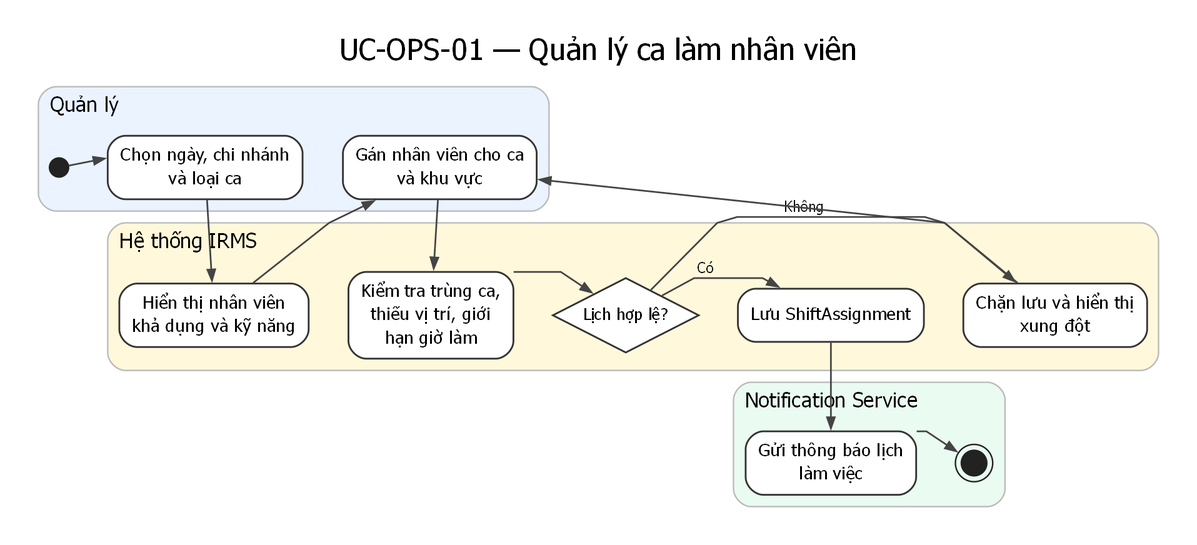
Earlier version of the Graphviz export assets/diagrams/rendered/activity/uc-ops-01-manage-staff-shifts.png (lehoangluan1/SA_IRMS). Its source is kept beside it as assets/diagrams/source/activity/uc-ops-01-manage-staff-shifts.dot. Source of this version:
```dot
digraph G {
  graph [rankdir=TB, newrank=true, splines=polyline, nodesep=0.38, ranksep=0.62, pad=0.25, dpi=170, bgcolor="white", fontname="DejaVu Sans"];
  node [fontname="DejaVu Sans"];
  edge [fontname="DejaVu Sans", fontsize=10, color="#444444", penwidth=1.15, arrowsize=0.75];
  labelloc="t"; labeljust="c"; fontsize=20; fontname="DejaVu Sans"; label="UC-OPS-01 — Quản lý ca làm nhân viên";
  subgraph cluster_l1 {
    style="rounded,filled";
    fillcolor="#EAF3FF"; color="#BBBBBB"; penwidth=1.0;
    label="Quản lý"; fontsize=14; labelloc="t"; labeljust="l";
    rank=same;
    n0 [shape=circle, label="", width=0.18, height=0.18, fixedsize=true, style=filled, fillcolor="#222222", color="#222222"];
    n1 [label="Chọn ngày, chi nhánh
và loại ca", shape=rect, style="rounded,filled", fillcolor="white", color="#333333", penwidth=1.2, fontsize=12, margin="0.12,0.08"];
    n3 [label="Gán nhân viên cho ca
và khu vực", shape=rect, style="rounded,filled", fillcolor="white", color="#333333", penwidth=1.2, fontsize=12, margin="0.12,0.08"];
    n0 -> n1 -> n3 [style=invis, weight=20];
  }
  subgraph cluster_l2 {
    style="rounded,filled";
    fillcolor="#FFF8DB"; color="#BBBBBB"; penwidth=1.0;
    label="Hệ thống IRMS"; fontsize=14; labelloc="t"; labeljust="l";
    rank=same;
    n2 [label="Hiển thị nhân viên
khả dụng và kỹ năng", shape=rect, style="rounded,filled", fillcolor="white", color="#333333", penwidth=1.2, fontsize=12, margin="0.12,0.08"];
    n4 [label="Kiểm tra trùng ca,
thiếu vị trí, giới
hạn giờ làm", shape=rect, style="rounded,filled", fillcolor="white", color="#333333", penwidth=1.2, fontsize=12, margin="0.12,0.08"];
    n5 [label="Lịch hợp lệ?", shape=diamond, style="filled", fillcolor="white", color="#333333", penwidth=1.2, fontsize=11, width=1.2, height=0.7, margin="0.05,0.03"];
    n6 [label="Lưu ShiftAssignment", shape=rect, style="rounded,filled", fillcolor="white", color="#333333", penwidth=1.2, fontsize=12, margin="0.12,0.08"];
    n8 [label="Chặn lưu và hiển thị
xung đột", shape=rect, style="rounded,filled", fillcolor="white", color="#333333", penwidth=1.2, fontsize=12, margin="0.12,0.08"];
    n2 -> n4 -> n5 -> n6 -> n8 [style=invis, weight=20];
  }
  subgraph cluster_l3 {
    style="rounded,filled";
    fillcolor="#EAFBF1"; color="#BBBBBB"; penwidth=1.0;
    label="Notification Service"; fontsize=14; labelloc="t"; labeljust="l";
    rank=same;
    n7 [label="Gửi thông báo lịch
làm việc", shape=rect, style="rounded,filled", fillcolor="white", color="#333333", penwidth=1.2, fontsize=12, margin="0.12,0.08"];
    n9 [shape=doublecircle, label="", width=0.24, height=0.24, fixedsize=true, style=filled, fillcolor="#222222", color="#222222"];
    n7 -> n9 [style=invis, weight=20];
  }
  n0 -> n1;
  n1 -> n2;
  n2 -> n3;
  n3 -> n4;
  n4 -> n5;
  n5 -> n6 [xlabel="Có"];
  n5 -> n8 [xlabel="Không"];
  n6 -> n7;
  n7 -> n9;
  n8 -> n3;
}
```
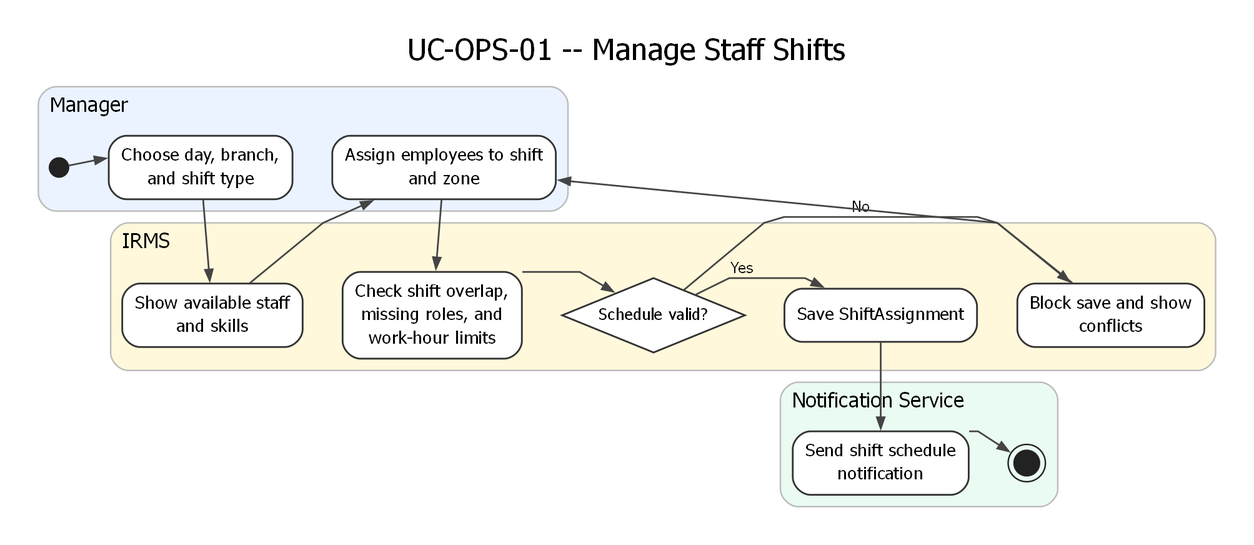
After the change.

Diff of the diagram source:
```diff
@@ -2,33 +2,27 @@
   graph [rankdir=TB, newrank=true, splines=polyline, nodesep=0.38, ranksep=0.62, pad=0.25, dpi=170, bgcolor="white", fontname="DejaVu Sans"];
   node [fontname="DejaVu Sans"];
   edge [fontname="DejaVu Sans", fontsize=10, color="#444444", penwidth=1.15, arrowsize=0.75];
-  labelloc="t"; labeljust="c"; fontsize=20; fontname="DejaVu Sans"; label="UC-OPS-01 — Quản lý ca làm nhân viên";
+  labelloc="t"; labeljust="c"; fontsize=20; fontname="DejaVu Sans"; label="UC-OPS-01 -- Manage Staff Shifts";
   subgraph cluster_l1 {
     style="rounded,filled";
     fillcolor="#EAF3FF"; color="#BBBBBB"; penwidth=1.0;
-    label="Quản lý"; fontsize=14; labelloc="t"; labeljust="l";
+    label="Manager"; fontsize=14; labelloc="t"; labeljust="l";
     rank=same;
     n0 [shape=circle, label="", width=0.18, height=0.18, fixedsize=true, style=filled, fillcolor="#222222", color="#222222"];
-    n1 [label="Chọn ngày, chi nhánh
-và loại ca", shape=rect, style="rounded,filled", fillcolor="white", color="#333333", penwidth=1.2, fontsize=12, margin="0.12,0.08"];
-    n3 [label="Gán nhân viên cho ca
-và khu vực", shape=rect, style="rounded,filled", fillcolor="white", color="#333333", penwidth=1.2, fontsize=12, margin="0.12,0.08"];
+    n1 [label="Choose day, branch,\nand shift type", shape=rect, style="rounded,filled", fillcolor="white", color="#333333", penwidth=1.2, fontsize=12, margin="0.12,0.08"];
+    n3 [label="Assign employees to shift\nand zone", shape=rect, style="rounded,filled", fillcolor="white", color="#333333", penwidth=1.2, fontsize=12, margin="0.12,0.08"];
     n0 -> n1 -> n3 [style=invis, weight=20];
   }
   subgraph cluster_l2 {
     style="rounded,filled";
     fillcolor="#FFF8DB"; color="#BBBBBB"; penwidth=1.0;
-    label="Hệ thống IRMS"; fontsize=14; labelloc="t"; labeljust="l";
+    label="IRMS"; fontsize=14; labelloc="t"; labeljust="l";
     rank=same;
-    n2 [label="Hiển thị nhân viên
-khả dụng và kỹ năng", shape=rect, style="rounded,filled", fillcolor="white", color="#333333", penwidth=1.2, fontsize=12, margin="0.12,0.08"];
-    n4 [label="Kiểm tra trùng ca,
-thiếu vị trí, giới
-hạn giờ làm", shape=rect, style="rounded,filled", fillcolor="white", color="#333333", penwidth=1.2, fontsize=12, margin="0.12,0.08"];
-    n5 [label="Lịch hợp lệ?", shape=diamond, style="filled", fillcolor="white", color="#333333", penwidth=1.2, fontsize=11, width=1.2, height=0.7, margin="0.05,0.03"];
-    n6 [label="Lưu ShiftAssignment", shape=rect, style="rounded,filled", fillcolor="white", color="#333333", penwidth=1.2, fontsize=12, margin="0.12,0.08"];
-    n8 [label="Chặn lưu và hiển thị
-xung đột", shape=rect, style="rounded,filled", fillcolor="white", color="#333333", penwidth=1.2, fontsize=12, margin="0.12,0.08"];
+    n2 [label="Show available staff\nand skills", shape=rect, style="rounded,filled", fillcolor="white", color="#333333", penwidth=1.2, fontsize=12, margin="0.12,0.08"];
+    n4 [label="Check shift overlap,\nmissing roles, and\nwork-hour limits", shape=rect, style="rounded,filled", fillcolor="white", color="#333333", penwidth=1.2, fontsize=12, margin="0.12,0.08"];
+    n5 [label="Schedule valid?", shape=diamond, style="filled", fillcolor="white", color="#333333", penwidth=1.2, fontsize=11, width=1.2, height=0.7, margin="0.05,0.03"];
+    n6 [label="Save ShiftAssignment", shape=rect, style="rounded,filled", fillcolor="white", color="#333333", penwidth=1.2, fontsize=12, margin="0.12,0.08"];
+    n8 [label="Block save and show\nconflicts", shape=rect, style="rounded,filled", fillcolor="white", color="#333333", penwidth=1.2, fontsize=12, margin="0.12,0.08"];
     n2 -> n4 -> n5 -> n6 -> n8 [style=invis, weight=20];
   }
   subgraph cluster_l3 {
@@ -36,8 +30,7 @@
     fillcolor="#EAFBF1"; color="#BBBBBB"; penwidth=1.0;
     label="Notification Service"; fontsize=14; labelloc="t"; labeljust="l";
     rank=same;
-    n7 [label="Gửi thông báo lịch
-làm việc", shape=rect, style="rounded,filled", fillcolor="white", color="#333333", penwidth=1.2, fontsize=12, margin="0.12,0.08"];
+    n7 [label="Send shift schedule\nnotification", shape=rect, style="rounded,filled", fillcolor="white", color="#333333", penwidth=1.2, fontsize=12, margin="0.12,0.08"];
     n9 [shape=doublecircle, label="", width=0.24, height=0.24, fixedsize=true, style=filled, fillcolor="#222222", color="#222222"];
     n7 -> n9 [style=invis, weight=20];
   }
@@ -46,8 +39,8 @@
   n2 -> n3;
   n3 -> n4;
   n4 -> n5;
-  n5 -> n6 [xlabel="Có"];
-  n5 -> n8 [xlabel="Không"];
+  n5 -> n6 [xlabel="Yes"];
+  n5 -> n8 [xlabel="No"];
   n6 -> n7;
   n7 -> n9;
   n8 -> n3;
```
